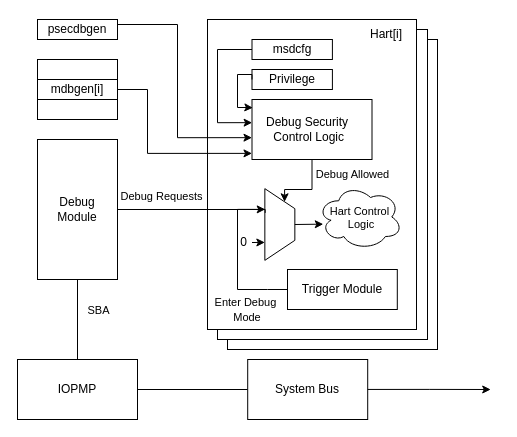
Earlier version of the draw.io diagram page "Page-3" (3 of 3) of images/external_debug_protection.drawio (riscv-non-isa/riscv-external-debug-security). Source tidied: cells renumbered, new cells numbered last; positions are measured from the earlier drawing's top-left corner, leaving out a move shared by most shapes. Both pictures are drawn from the tidied source at 100%, with x=0, y=0 at pixel (17, 19).
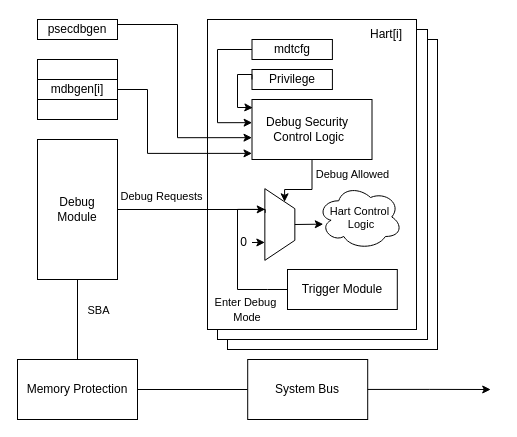
The same diagram, later.

Diff of the diagram source:
```diff
@@
-    <mxCell id="8" value="IOPMP" style="rounded=0;whiteSpace=wrap;html=1;" parent="1" vertex="1">
+    <mxCell id="8" value="Memory Protection" style="rounded=0;whiteSpace=wrap;html=1;" parent="1" vertex="1">
       <mxGeometry y="340" width="120" height="60" as="geometry" />
     </mxCell>
@@
-    <mxCell id="33" value="msdcfg" style="rounded=0;whiteSpace=wrap;html=1;" parent="1" vertex="1">
+    <mxCell id="33" value="mdtcfg" style="rounded=0;whiteSpace=wrap;html=1;" parent="1" vertex="1">
       <mxGeometry x="234.5" y="20" width="80.4" height="20" as="geometry" />
     </mxCell>
```
